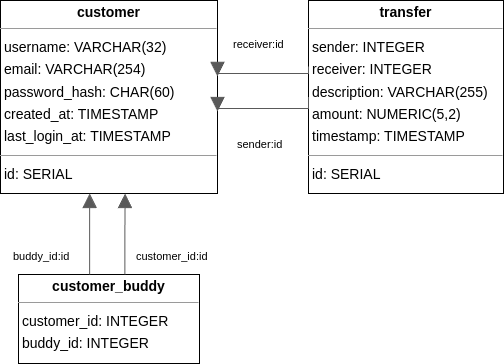
This is doc/paymybuddy-pdm.png from Voyvode/wojciechowski-william-paymybuddy-Java, a draw.io export, as it was before one commit. Source tidied: cells renumbered, new cells last; positions are measured from the earlier drawing's top-left corner, leaving out a move shared by most shapes.
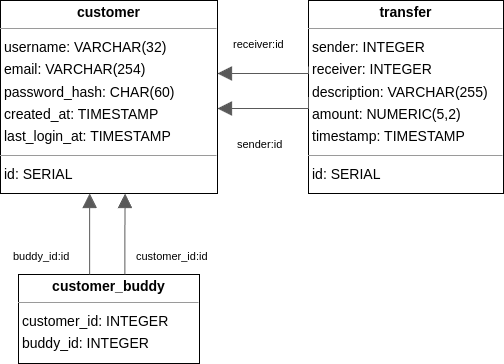
Later version of the same file.

Diff of the diagram source:
```diff
@@ -23,7 +23,7 @@
     <mxCell id="8" value="customer_id:id" style="edgeLabel;html=1;align=left;verticalAlign=top;strokeColor=default;" parent="7" vertex="1">
       <mxGeometry x="19" y="150" as="geometry" />
     </mxCell>
-    <mxCell id="9" style="html=1;rounded=0;dashed=0;startArrow=none;endArrow=block;endSize=12;strokeColor=#595959;exitX=0.000;exitY=0.500;exitDx=0;exitDy=0;entryX=1.000;entryY=0.575;entryDx=0;entryDy=0;edgeStyle=orthogonalEdgeStyle;" parent="1" edge="1" source="4" target="3">
+    <mxCell id="9" style="html=1;rounded=0;dashed=0;startArrow=none;endArrow=block;endSize=12;strokeColor=#595959;exitX=0.000;exitY=0.500;exitDx=0;exitDy=0;edgeStyle=orthogonalEdgeStyle;" parent="1" edge="1" source="4" target="3">
       <mxGeometry relative="1" as="geometry">
         <Array as="points">
           <mxPoint x="308" y="108" />
@@ -33,7 +33,7 @@
     <mxCell id="10" value="sender:id" style="edgeLabel;html=1;align=left;verticalAlign=top;strokeColor=default;" parent="9" vertex="1">
       <mxGeometry x="120" y="38" as="geometry" />
     </mxCell>
-    <mxCell id="11" style="html=1;rounded=0;dashed=0;startArrow=none;endArrow=block;endSize=12;strokeColor=#595959;exitX=0.000;exitY=0.342;exitDx=0;exitDy=0;entryX=1.000;entryY=0.393;entryDx=0;entryDy=0;edgeStyle=orthogonalEdgeStyle;" parent="1" edge="1" source="4" target="3">
+    <mxCell id="11" style="html=1;rounded=0;dashed=0;startArrow=none;endArrow=block;endSize=12;strokeColor=#595959;exitX=0.000;exitY=0.342;exitDx=0;exitDy=0;edgeStyle=orthogonalEdgeStyle;" parent="1" edge="1" source="4" target="3">
       <mxGeometry relative="1" as="geometry">
         <Array as="points">
           <mxPoint x="308" y="73" />
```
